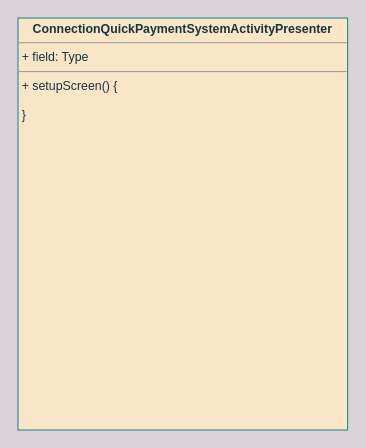
Before: UNI-16880.drawio in ShiryaevNikolay/diagrams, a draw.io diagram. Source tidied: cells renumbered, new cells numbered last; positions are measured from the earlier drawing's top-left corner, leaving out a move shared by most shapes. Both pictures are drawn from the tidied source at 103%, with x=0, y=0 at pixel (18, 18).
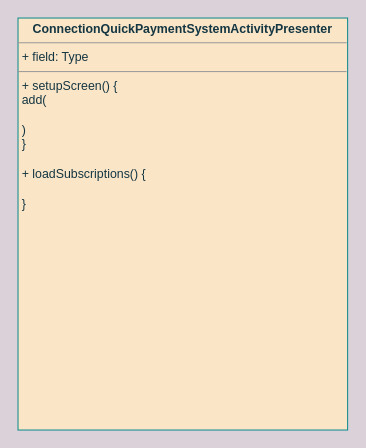
After the change.

The edit, as a diff of the source:
```diff
@@
 <mxGraphModel background="#DAD2D8">
   <root>
     <mxCell id="0" />
     <mxCell id="1" parent="0" />
-    <mxCell id="2" value="&lt;p style=&quot;margin:0px;margin-top:4px;text-align:center;&quot;&gt;&lt;b&gt;ConnectionQuickPaymentSystemActivityPresenter&lt;/b&gt;&lt;/p&gt;&lt;hr size=&quot;1&quot;&gt;&lt;p style=&quot;margin:0px;margin-left:4px;&quot;&gt;+ field: Type&lt;/p&gt;&lt;hr size=&quot;1&quot;&gt;&lt;p style=&quot;margin:0px;margin-left:4px;&quot;&gt;+ setupScreen() {&lt;/p&gt;&lt;p style=&quot;margin:0px;margin-left:4px;&quot;&gt;&lt;br&gt;&lt;/p&gt;&lt;p style=&quot;margin:0px;margin-left:4px;&quot;&gt;}&lt;br&gt;&lt;/p&gt;" style="verticalAlign=top;align=left;overflow=fill;fontSize=12;fontFamily=Helvetica;html=1;rounded=0;sketch=0;fontColor=#143642;strokeColor=#0F8B8D;fillColor=#FAE5C7;" parent="1" vertex="1">
+    <mxCell id="2" value="&lt;p style=&quot;margin:0px;margin-top:4px;text-align:center;&quot;&gt;&lt;b&gt;ConnectionQuickPaymentSystemActivityPresenter&lt;/b&gt;&lt;/p&gt;&lt;hr size=&quot;1&quot;&gt;&lt;p style=&quot;margin:0px;margin-left:4px;&quot;&gt;+ field: Type&lt;/p&gt;&lt;hr size=&quot;1&quot;&gt;&lt;p style=&quot;margin:0px;margin-left:4px;&quot;&gt;+ setupScreen() {&lt;/p&gt;&lt;p style=&quot;margin:0px;margin-left:4px;&quot;&gt;add(&lt;/p&gt;&lt;p style=&quot;margin:0px;margin-left:4px;&quot;&gt;&lt;br&gt;&lt;/p&gt;&lt;p style=&quot;margin:0px;margin-left:4px;&quot;&gt;)&lt;br&gt;&lt;/p&gt;&lt;p style=&quot;margin:0px;margin-left:4px;&quot;&gt;}&lt;/p&gt;&lt;p style=&quot;margin:0px;margin-left:4px;&quot;&gt;&lt;br&gt;&lt;/p&gt;&lt;p style=&quot;margin:0px;margin-left:4px;&quot;&gt;+ loadSubscriptions() {&lt;/p&gt;&lt;p style=&quot;margin:0px;margin-left:4px;&quot;&gt;&lt;br&gt;&lt;/p&gt;&lt;p style=&quot;margin:0px;margin-left:4px;&quot;&gt;}&lt;br&gt;&lt;/p&gt;" style="verticalAlign=top;align=left;overflow=fill;fontSize=12;fontFamily=Helvetica;html=1;rounded=0;sketch=0;fontColor=#143642;strokeColor=#0F8B8D;fillColor=#FAE5C7;" parent="1" vertex="1">
       <mxGeometry width="320" height="400" as="geometry" />
     </mxCell>
   </root>
 </mxGraphModel>
```
